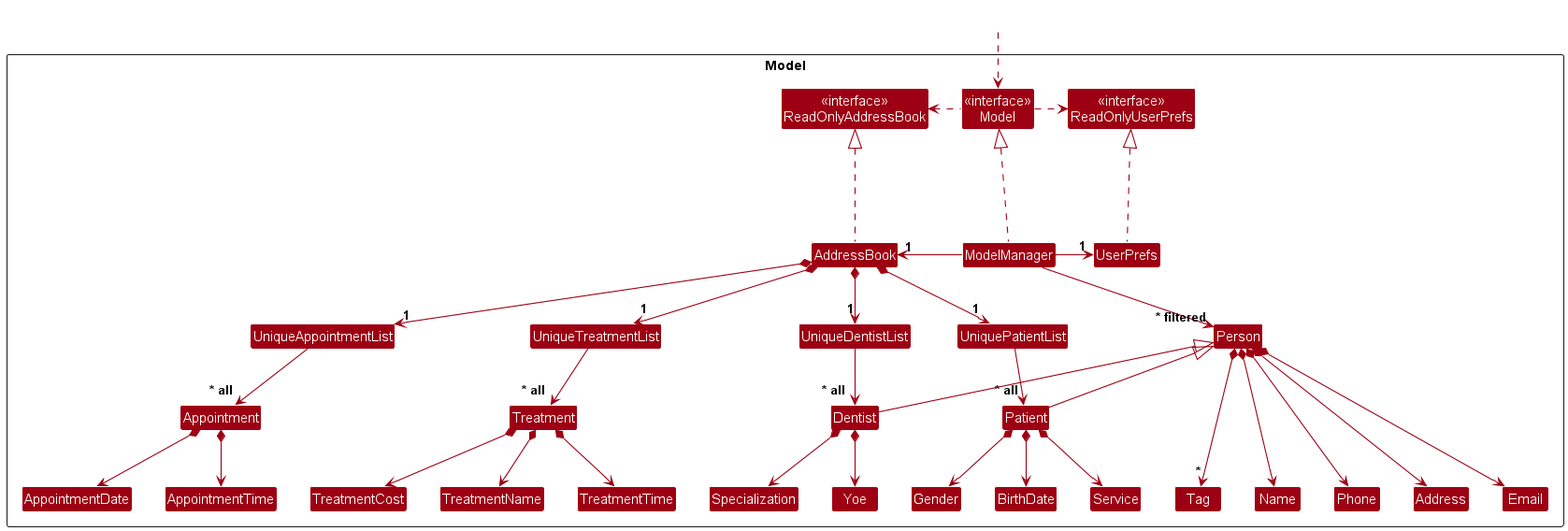
Earlier version of the PlantUML export docs/images/UpdatedModelClassDiagram.png (techjay-c/tp).
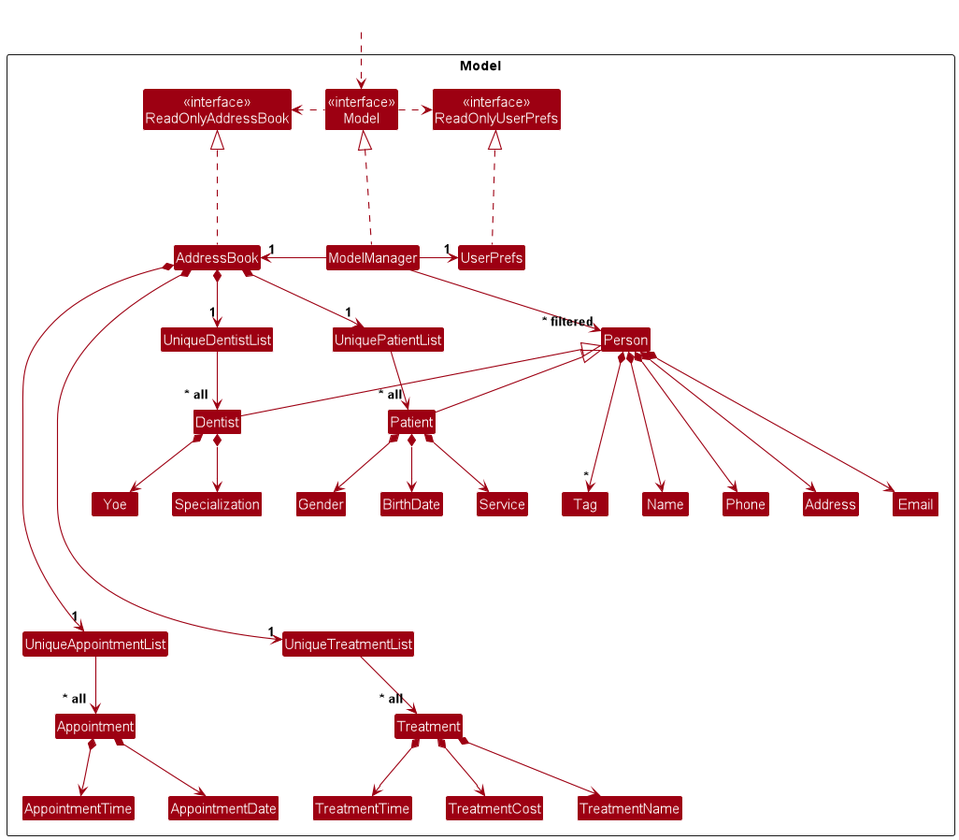
The same diagram one commit later.

Commit message:
Update ModelClassDiagram to have a decreased width

Diff of the diagram source:
```diff
@@ -59,10 +59,10 @@
 ModelManager -right-> "1" UserPrefs
 UserPrefs .up..|> ReadOnlyUserPrefs
 
-AddressBook *--> "1" UniqueAppointmentList
+AddressBook *------> "1" UniqueAppointmentList
 AddressBook *--> "1" UniquePatientList
 AddressBook *--> "1" UniqueDentistList
-AddressBook *--> "1" UniqueTreatmentList
+AddressBook *------> "1" UniqueTreatmentList
 Person *---> Name
 Person *---> Phone
 Person *---> Email
```
